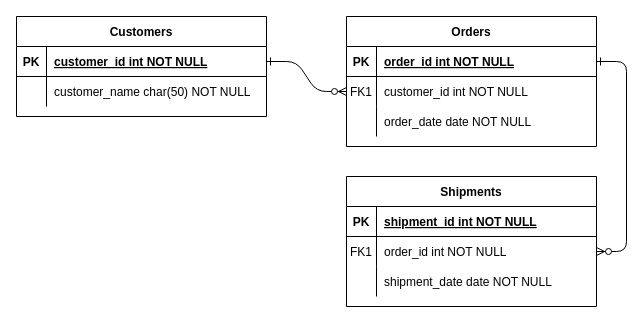
This is Untitled Diagram.drawio from LeelooMina/BE_Crows_Foot_ERD, a draw.io file, before an edit. Source tidied: cells renumbered, new cells numbered last; positions are measured from the earlier drawing's top-left corner, leaving out a move shared by most shapes. Both pictures are drawn from the tidied source at 100%, with x=0, y=0 at pixel (16, 16).
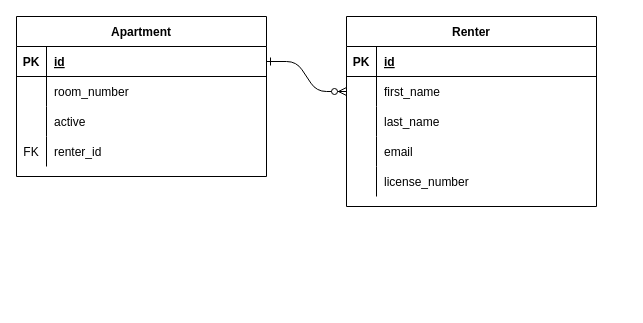
Above is the later version.

The change refers to these unchanged cells:
```xml
<mxCell id="5" style="shape=partialRectangle;fillColor=none;points=[[0,0.5],[1,0.5]];portConstraint=eastwest;top=0;left=0;right=0;bottom=1;" parent="4" vertex="1">
  <mxGeometry y="30" width="250" height="30" as="geometry" />
</mxCell>
<mxCell id="8" style="shape=partialRectangle;fillColor=none;points=[[0,0.5],[1,0.5]];portConstraint=eastwest;top=0;left=0;right=0;bottom=0;" parent="4" vertex="1">
  <mxGeometry y="60" width="250" height="30" as="geometry" />
</mxCell>
<mxCell id="11" style="shape=partialRectangle;fillColor=none;top=0;left=0;right=0;bottom=0;" parent="4" vertex="1">
  <mxGeometry y="90" width="250" height="30" as="geometry" />
</mxCell>
<mxCell id="25" style="shape=partialRectangle;fillColor=none;points=[[0,0.5],[1,0.5]];portConstraint=eastwest;top=0;left=0;right=0;bottom=1;" parent="24" vertex="1">
  <mxGeometry y="30" width="250" height="30" as="geometry" />
</mxCell>
<mxCell id="28" style="shape=partialRectangle;fillColor=none;top=0;left=0;right=0;bottom=0;" parent="24" vertex="1">
  <mxGeometry y="60" width="250" height="30" as="geometry" />
</mxCell>
```

Diff of the diagram source:
```diff
@@
-    <mxCell id="3" style="edgeStyle=entityRelationEdgeStyle;endArrow=ERzeroToMany;startArrow=ERone;endFill=1;startFill=0;" parent="1" edge="1" source="5" target="18">
-      <mxGeometry relative="1" as="geometry" />
-    </mxCell>
-    <mxCell id="4" value="Orders" style="shape=table;startSize=30;childLayout=tableLayout;rowLines=0;fontStyle=1;align=center;" parent="1" vertex="1">
-      <mxGeometry x="330" width="250" height="130" as="geometry" />
+    <mxCell id="4" value="Renter" style="shape=table;startSize=30;childLayout=tableLayout;rowLines=0;fontStyle=1;align=center;" parent="1" vertex="1">
+      <mxGeometry x="330" width="250" height="190" as="geometry" />
     </mxCell>
@@
-    <mxCell id="7" value="order_id int NOT NULL " style="shape=partialRectangle;overflow=hidden;fillColor=none;top=0;left=0;bottom=0;right=0;align=left;spacingLeft=6;fontStyle=5;" parent="5" vertex="1">
+    <mxCell id="7" value="id" style="shape=partialRectangle;overflow=hidden;fillColor=none;top=0;left=0;bottom=0;right=0;align=left;spacingLeft=6;fontStyle=5;" parent="5" vertex="1">
       <mxGeometry x="30" width="220" height="30" as="geometry" />
     </mxCell>
@@
-    <mxCell id="9" value="FK1" style="shape=partialRectangle;overflow=hidden;fillColor=none;top=0;left=0;bottom=0;right=0;" parent="8" vertex="1">
+    <mxCell id="9" style="shape=partialRectangle;overflow=hidden;fillColor=none;top=0;left=0;bottom=0;right=0;" parent="8" vertex="1">
       <mxGeometry width="30" height="30" as="geometry" />
     </mxCell>
-    <mxCell id="10" value="customer_id int NOT NULL" style="shape=partialRectangle;overflow=hidden;fillColor=none;top=0;left=0;bottom=0;right=0;align=left;spacingLeft=6;" parent="8" vertex="1">
+    <mxCell id="10" value="first_name" style="shape=partialRectangle;overflow=hidden;fillColor=none;top=0;left=0;bottom=0;right=0;align=left;spacingLeft=6;" parent="8" vertex="1">
       <mxGeometry x="30" width="220" height="30" as="geometry" />
     </mxCell>
@@
-    <mxCell id="13" value="order_date date NOT NULL" style="shape=partialRectangle;overflow=hidden;fillColor=none;top=0;left=0;bottom=0;right=0;align=left;spacingLeft=6;" parent="11" vertex="1">
+    <mxCell id="13" value="last_name" style="shape=partialRectangle;overflow=hidden;fillColor=none;top=0;left=0;bottom=0;right=0;align=left;spacingLeft=6;" parent="11" vertex="1">
       <mxGeometry x="30" width="220" height="30" as="geometry" />
     </mxCell>
-    <mxCell id="14" value="Shipments" style="shape=table;startSize=30;childLayout=tableLayout;rowLines=0;fontStyle=1;align=center;" parent="1" vertex="1">
-      <mxGeometry x="330" y="160" width="250" height="130" as="geometry" />
-    </mxCell>
-    <mxCell id="15" style="shape=partialRectangle;fillColor=none;top=0;left=0;right=0;bottom=1;" parent="14" vertex="1">
-      <mxGeometry y="30" width="250" height="30" as="geometry" />
-    </mxCell>
-    <mxCell id="16" value="PK" style="shape=partialRectangle;overflow=hidden;fillColor=none;top=0;left=0;bottom=0;right=0;fontStyle=1;" parent="15" vertex="1">
-      <mxGeometry width="30" height="30" as="geometry" />
-    </mxCell>
-    <mxCell id="17" value="shipment_id int NOT NULL " style="shape=partialRectangle;overflow=hidden;fillColor=none;top=0;left=0;bottom=0;right=0;align=left;spacingLeft=6;fontStyle=5;" parent="15" vertex="1">
-      <mxGeometry x="30" width="220" height="30" as="geometry" />
-    </mxCell>
-    <mxCell id="18" style="shape=partialRectangle;fillColor=none;points=[[0,0.5],[1,0.5]];portConstraint=eastwest;top=0;left=0;right=0;bottom=0;" parent="14" vertex="1">
-      <mxGeometry y="60" width="250" height="30" as="geometry" />
-    </mxCell>
-    <mxCell id="19" value="FK1" style="shape=partialRectangle;overflow=hidden;fillColor=none;top=0;left=0;bottom=0;right=0;" parent="18" vertex="1">
-      <mxGeometry width="30" height="30" as="geometry" />
-    </mxCell>
-    <mxCell id="20" value="order_id int NOT NULL" style="shape=partialRectangle;overflow=hidden;fillColor=none;top=0;left=0;bottom=0;right=0;align=left;spacingLeft=6;" parent="18" vertex="1">
-      <mxGeometry x="30" width="220" height="30" as="geometry" />
-    </mxCell>
-    <mxCell id="21" style="shape=partialRectangle;fillColor=none;top=0;left=0;right=0;bottom=0;" parent="14" vertex="1">
-      <mxGeometry y="90" width="250" height="30" as="geometry" />
-    </mxCell>
-    <mxCell id="22" style="shape=partialRectangle;overflow=hidden;fillColor=none;top=0;left=0;bottom=0;right=0;" parent="21" vertex="1">
-      <mxGeometry width="30" height="30" as="geometry" />
-    </mxCell>
-    <mxCell id="23" value="shipment_date date NOT NULL" style="shape=partialRectangle;overflow=hidden;fillColor=none;top=0;left=0;bottom=0;right=0;align=left;spacingLeft=6;" parent="21" vertex="1">
-      <mxGeometry x="30" width="220" height="30" as="geometry" />
-    </mxCell>
+    <mxCell id="31" style="shape=partialRectangle;fillColor=none;top=0;left=0;right=0;bottom=0;" parent="4" vertex="1">
+      <mxGeometry y="120" width="250" height="30" as="geometry" />
+    </mxCell>
+    <mxCell id="32" style="shape=partialRectangle;overflow=hidden;fillColor=none;top=0;left=0;bottom=0;right=0;" parent="31" vertex="1">
+      <mxGeometry width="30" height="30" as="geometry" />
+    </mxCell>
+    <mxCell id="33" value="email" style="shape=partialRectangle;overflow=hidden;fillColor=none;top=0;left=0;bottom=0;right=0;align=left;spacingLeft=6;" parent="31" vertex="1">
+      <mxGeometry x="30" width="220" height="30" as="geometry" />
+    </mxCell>
+    <mxCell id="34" style="shape=partialRectangle;fillColor=none;top=0;left=0;right=0;bottom=0;" parent="4" vertex="1">
+      <mxGeometry y="150" width="250" height="30" as="geometry" />
+    </mxCell>
+    <mxCell id="35" style="shape=partialRectangle;overflow=hidden;fillColor=none;top=0;left=0;bottom=0;right=0;" parent="34" vertex="1">
+      <mxGeometry width="30" height="30" as="geometry" />
+    </mxCell>
+    <mxCell id="36" value="license_number" style="shape=partialRectangle;overflow=hidden;fillColor=none;top=0;left=0;bottom=0;right=0;align=left;spacingLeft=6;" parent="34" vertex="1">
+      <mxGeometry x="30" width="220" height="30" as="geometry" />
+    </mxCell>
-    <mxCell id="24" value="Customers" style="shape=table;startSize=30;childLayout=tableLayout;rowLines=0;fontStyle=1;align=center;" parent="1" vertex="1">
-      <mxGeometry width="250" height="100" as="geometry" />
+    <mxCell id="24" value="Apartment" style="shape=table;startSize=30;childLayout=tableLayout;rowLines=0;fontStyle=1;align=center;" parent="1" vertex="1">
+      <mxGeometry width="250" height="160" as="geometry" />
     </mxCell>
@@
-    <mxCell id="27" value="customer_id int NOT NULL " style="shape=partialRectangle;overflow=hidden;fillColor=none;top=0;left=0;bottom=0;right=0;align=left;spacingLeft=6;fontStyle=5;" parent="25" vertex="1">
+    <mxCell id="27" value="id" style="shape=partialRectangle;overflow=hidden;fillColor=none;top=0;left=0;bottom=0;right=0;align=left;spacingLeft=6;fontStyle=5;" parent="25" vertex="1">
       <mxGeometry x="30" width="220" height="30" as="geometry" />
     </mxCell>
@@
-    <mxCell id="30" value="customer_name char(50) NOT NULL" style="shape=partialRectangle;overflow=hidden;fillColor=none;top=0;left=0;bottom=0;right=0;align=left;spacingLeft=6;" parent="28" vertex="1">
+    <mxCell id="30" value="room_number" style="shape=partialRectangle;overflow=hidden;fillColor=none;top=0;left=0;bottom=0;right=0;align=left;spacingLeft=6;" parent="28" vertex="1">
       <mxGeometry x="30" width="220" height="30" as="geometry" />
     </mxCell>
+    <mxCell id="21" style="shape=partialRectangle;fillColor=none;top=0;left=0;right=0;bottom=0;" parent="24" vertex="1">
+      <mxGeometry y="90" width="250" height="30" as="geometry" />
+    </mxCell>
+    <mxCell id="37" style="shape=partialRectangle;overflow=hidden;fillColor=none;top=0;left=0;bottom=0;right=0;" parent="21" vertex="1">
+      <mxGeometry width="30" height="30" as="geometry" />
+    </mxCell>
+    <mxCell id="38" value="active" style="shape=partialRectangle;overflow=hidden;fillColor=none;top=0;left=0;bottom=0;right=0;align=left;spacingLeft=6;" parent="21" vertex="1">
+      <mxGeometry x="30" width="220" height="30" as="geometry" />
+    </mxCell>
+    <mxCell id="39" style="shape=partialRectangle;fillColor=none;top=0;left=0;right=0;bottom=0;" parent="24" vertex="1">
+      <mxGeometry y="120" width="250" height="30" as="geometry" />
+    </mxCell>
+    <mxCell id="40" value="FK" style="shape=partialRectangle;overflow=hidden;fillColor=none;top=0;left=0;bottom=0;right=0;" parent="39" vertex="1">
+      <mxGeometry width="30" height="30" as="geometry" />
+    </mxCell>
+    <mxCell id="41" value="renter_id" style="shape=partialRectangle;overflow=hidden;fillColor=none;top=0;left=0;bottom=0;right=0;align=left;spacingLeft=6;" parent="39" vertex="1">
+      <mxGeometry x="30" width="220" height="30" as="geometry" />
+    </mxCell>
```
